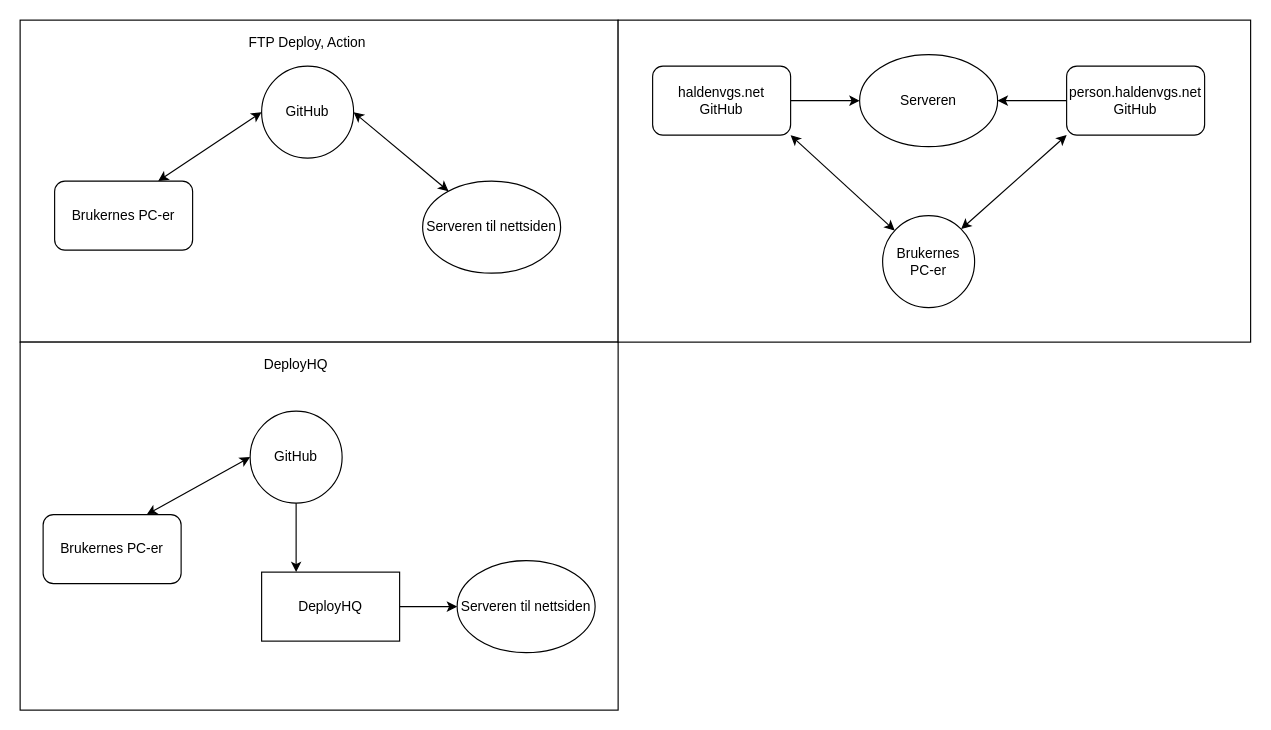
Earlier version of the draw.io diagram backend.drawio (Halden-vgs-IT/haldenvgs.net). Source tidied: cells renumbered, new cells numbered last; positions are measured from the earlier drawing's top-left corner, leaving out a move shared by most shapes. Both pictures are drawn from the tidied source at 115%, with x=0, y=0 at pixel (20, 20).
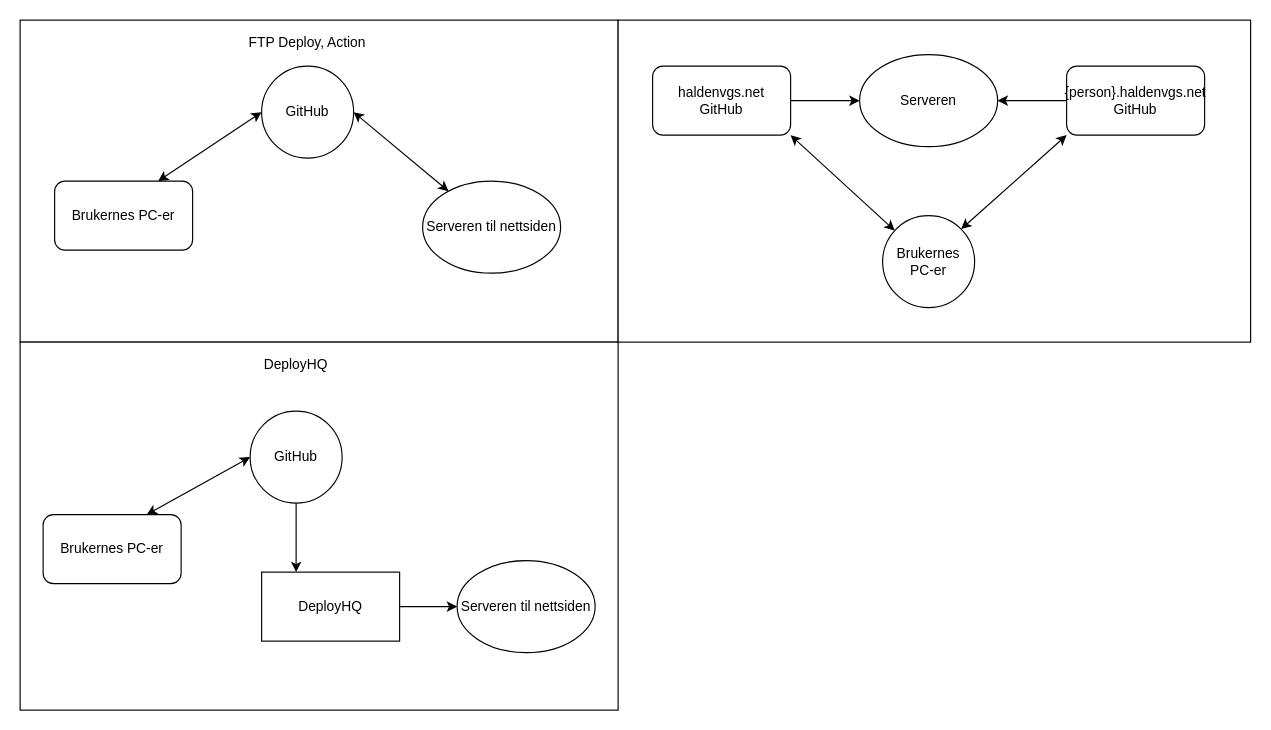
The same page after the edit.

Unchanged cells that the change refers to:
```xml
<mxCell id="21" style="group;" parent="1" vertex="1">
  <mxGeometry x="550" y="30" width="480" height="220" as="geometry" />
</mxCell>
```

What changed in the source:
```diff
@@
-    <mxCell id="24" value="person.haldenvgs.net&lt;br&gt;GitHub" style="rounded=1;whiteSpace=wrap;html=1;" parent="21" vertex="1">
+    <mxCell id="24" value="{person}.haldenvgs.net&lt;br&gt;GitHub" style="rounded=1;whiteSpace=wrap;html=1;" parent="21" vertex="1">
       <mxGeometry x="360" y="10" width="120" height="60" as="geometry" />
     </mxCell>
```
